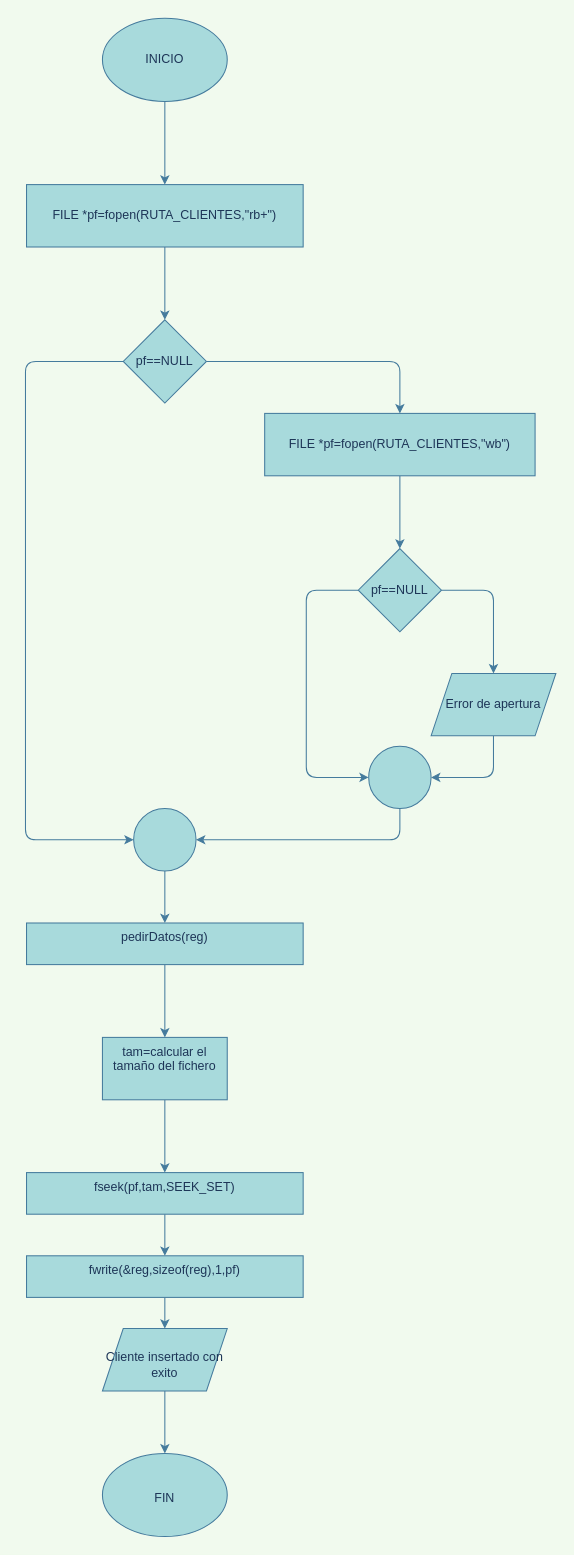
This is page "darDeAltaCliente" (1 of 4) of ProyectoCXabierGarrote/ProyectoCXabierGarrote/OpcionesMenuClientes.drawio from xabier100/PROGRAMACION_Proyecto_Servicios, a draw.io file, before an edit. Source tidied: cells renumbered, new cells numbered last; positions are measured from the earlier drawing's top-left corner, leaving out a move shared by most shapes. Both pictures are drawn from the tidied source at 104%, with x=0, y=0 at pixel (25, 18).
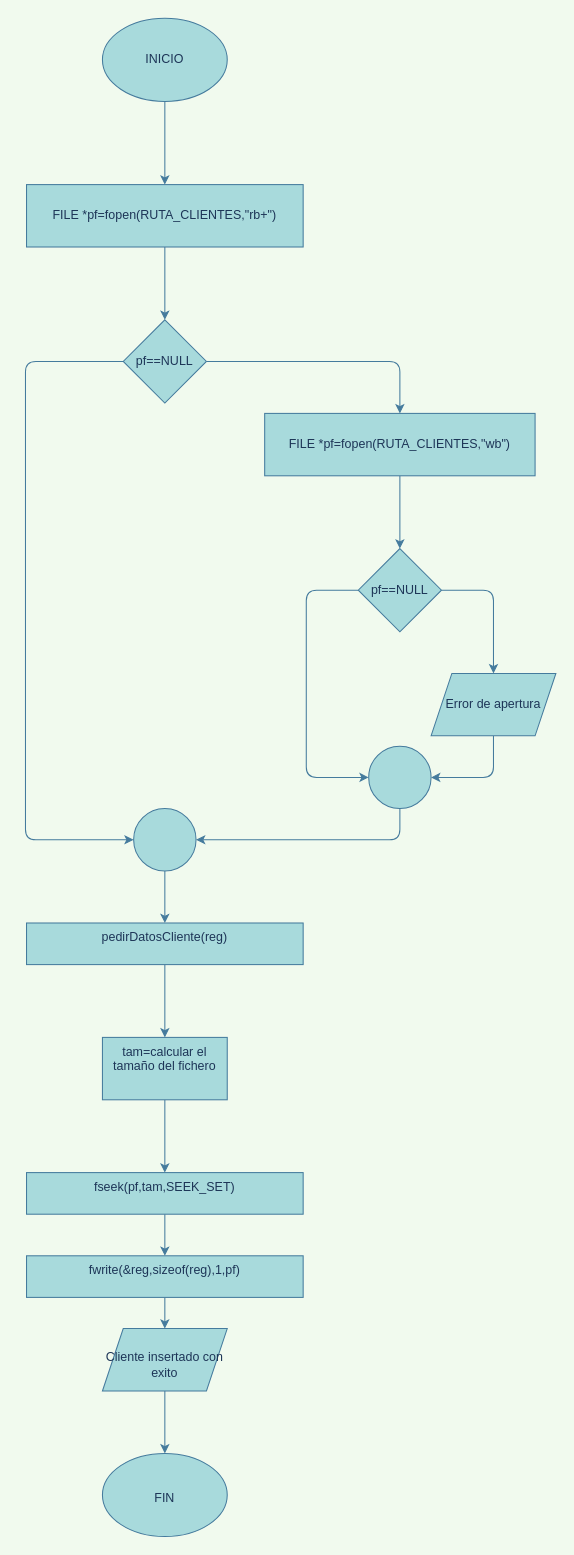
After the change.

Commit message (it also covers changes not shown here):
He empezado a hacer el diagrama de las opciones de servicio

What changed in the source:
```diff
@@
-    <mxCell id="27" value="pedirDatos(reg)" style="whiteSpace=wrap;html=1;rounded=0;fontColor=#1D3557;verticalAlign=top;strokeColor=#457B9D;fillColor=#A8DADC;sketch=0;" parent="1" vertex="1">
+    <mxCell id="27" value="pedirDatosCliente(reg)" style="whiteSpace=wrap;html=1;rounded=0;fontColor=#1D3557;verticalAlign=top;strokeColor=#457B9D;fillColor=#A8DADC;sketch=0;" parent="1" vertex="1">
       <mxGeometry x="1" y="870" width="266" height="40" as="geometry" />
     </mxCell>
```
